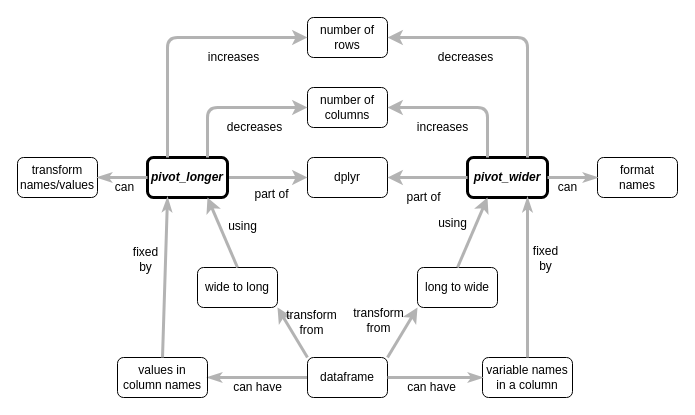
rstudio/concept-maps keeps this draw.io diagram as en/pivoting.drawio. Above is the earlier version. Source tidied: cells renumbered, new cells numbered last; positions are measured from the earlier drawing's top-left corner, leaving out a move shared by most shapes. Both pictures are drawn from the tidied source at 100%, with x=0, y=0 at pixel (17, 17).
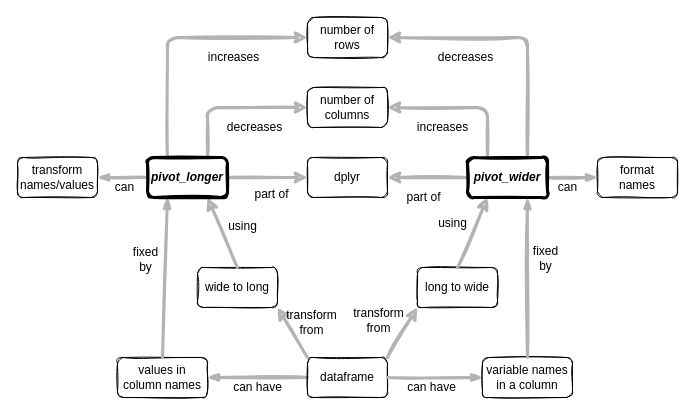
Above is the later version.

The edit, as a diff of the source:
```diff
@@
-    <mxCell id="2" value="can have" style="edgeStyle=none;rounded=1;html=1;labelBackgroundColor=none;startArrow=none;startFill=0;startSize=5;endArrow=classicThin;endFill=1;endSize=5;jettySize=auto;strokeColor=#B3B3B3;strokeWidth=3;fontFamily=Helvetica;fontSize=12;verticalAlign=middle;entryX=1;entryY=0.5;entryDx=0;entryDy=0;exitX=0;exitY=0.5;exitDx=0;exitDy=0;" parent="1" edge="1" source="3" target="6">
+    <mxCell id="2" value="can have" style="edgeStyle=none;rounded=1;html=1;labelBackgroundColor=none;startArrow=none;startFill=0;startSize=5;endArrow=classicThin;endFill=1;endSize=5;jettySize=auto;strokeColor=#B3B3B3;strokeWidth=3;fontFamily=Helvetica;fontSize=12;verticalAlign=middle;entryX=1;entryY=0.5;entryDx=0;entryDy=0;exitX=0;exitY=0.5;exitDx=0;exitDy=0;sketch=1;" parent="1" edge="1" source="3" target="6">
       <mxGeometry y="10" relative="1" as="geometry" />
     </mxCell>
-    <mxCell id="3" value="dataframe" style="rounded=1;whiteSpace=wrap;html=1;fontSize=12;fontFamily=Helvetica;fillColor=none;" parent="1" vertex="1">
+    <mxCell id="3" value="dataframe" style="rounded=1;whiteSpace=wrap;html=1;fontSize=12;fontFamily=Helvetica;fillColor=none;sketch=1;labelBackgroundColor=none;" parent="1" vertex="1">
       <mxGeometry x="290" y="340" width="80" height="40" as="geometry" />
     </mxCell>
-    <mxCell id="4" value="dplyr" style="rounded=1;whiteSpace=wrap;html=1;fontSize=12;fontFamily=Helvetica;fillColor=none;" parent="1" vertex="1">
+    <mxCell id="4" value="dplyr" style="rounded=1;whiteSpace=wrap;html=1;fontSize=12;fontFamily=Helvetica;fillColor=none;sketch=1;labelBackgroundColor=none;" parent="1" vertex="1">
       <mxGeometry x="290" y="140" width="80" height="40" as="geometry" />
     </mxCell>
-    <mxCell id="5" value="part of" style="endArrow=classic;html=1;strokeWidth=3;entryX=0;entryY=0.5;entryDx=0;entryDy=0;strokeColor=#B3B3B3;exitX=1;exitY=0.5;exitDx=0;exitDy=0;verticalAlign=middle;fontSize=12;labelBackgroundColor=none;fontFamily=Helvetica;" parent="1" edge="1" source="10" target="4">
+    <mxCell id="5" value="part of" style="endArrow=classic;html=1;strokeWidth=3;entryX=0;entryY=0.5;entryDx=0;entryDy=0;strokeColor=#B3B3B3;exitX=1;exitY=0.5;exitDx=0;exitDy=0;verticalAlign=middle;fontSize=12;labelBackgroundColor=none;fontFamily=Helvetica;sketch=1;" parent="1" edge="1" source="10" target="4">
       <mxGeometry x="0.1" y="-17" relative="1" as="geometry" />
     </mxCell>
-    <mxCell id="6" value="values in&lt;br&gt;column names" style="rounded=1;whiteSpace=wrap;html=1;fontSize=12;fontFamily=Helvetica;fillColor=none;" parent="1" vertex="1">
+    <mxCell id="6" value="values in&lt;br&gt;column names" style="rounded=1;whiteSpace=wrap;html=1;fontSize=12;fontFamily=Helvetica;fillColor=none;sketch=1;labelBackgroundColor=none;" parent="1" vertex="1">
       <mxGeometry x="100" y="340" width="90" height="40" as="geometry" />
     </mxCell>
-    <mxCell id="7" value="variable names&lt;br&gt;in a column" style="rounded=1;whiteSpace=wrap;html=1;fontSize=12;fontFamily=Helvetica;fillColor=none;" parent="1" vertex="1">
+    <mxCell id="7" value="variable names&lt;br&gt;in a column" style="rounded=1;whiteSpace=wrap;html=1;fontSize=12;fontFamily=Helvetica;fillColor=none;sketch=1;labelBackgroundColor=none;" parent="1" vertex="1">
       <mxGeometry x="465" y="340" width="90" height="40" as="geometry" />
     </mxCell>
-    <mxCell id="8" value="wide to long" style="rounded=1;whiteSpace=wrap;html=1;fontSize=12;fontFamily=Helvetica;fillColor=none;" parent="1" vertex="1">
+    <mxCell id="8" value="wide to long" style="rounded=1;whiteSpace=wrap;html=1;fontSize=12;fontFamily=Helvetica;fillColor=none;sketch=1;labelBackgroundColor=none;" parent="1" vertex="1">
       <mxGeometry x="180" y="250" width="80" height="40" as="geometry" />
     </mxCell>
-    <mxCell id="9" value="long to wide" style="rounded=1;whiteSpace=wrap;html=1;fontSize=12;fontFamily=Helvetica;fillColor=none;" parent="1" vertex="1">
+    <mxCell id="9" value="long to wide" style="rounded=1;whiteSpace=wrap;html=1;fontSize=12;fontFamily=Helvetica;fillColor=none;sketch=1;labelBackgroundColor=none;" parent="1" vertex="1">
       <mxGeometry x="400" y="250" width="80" height="40" as="geometry" />
     </mxCell>
-    <mxCell id="10" value="pivot_longer" style="rounded=1;whiteSpace=wrap;html=1;fontSize=12;fontFamily=Helvetica;fillColor=none;fontStyle=3;strokeWidth=3;" parent="1" vertex="1">
-      <mxGeometry x="130" y="140" width="80" height="40" as="geometry" />
-    </mxCell>
-    <mxCell id="11" value="pivot_wider" style="rounded=1;whiteSpace=wrap;html=1;fontSize=12;fontFamily=Helvetica;fillColor=none;fontStyle=3;strokeWidth=3;" parent="1" vertex="1">
-      <mxGeometry x="450" y="140" width="80" height="40" as="geometry" />
-    </mxCell>
-    <mxCell id="12" value="part of" style="endArrow=classic;html=1;strokeWidth=3;entryX=1;entryY=0.5;entryDx=0;entryDy=0;strokeColor=#B3B3B3;exitX=0;exitY=0.5;exitDx=0;exitDy=0;verticalAlign=middle;fontSize=12;labelBackgroundColor=none;fontFamily=Helvetica;" parent="1" edge="1" source="11" target="4">
+    <mxCell id="12" value="part of" style="endArrow=classic;html=1;strokeWidth=3;entryX=1;entryY=0.5;entryDx=0;entryDy=0;strokeColor=#B3B3B3;exitX=0;exitY=0.5;exitDx=0;exitDy=0;verticalAlign=middle;fontSize=12;labelBackgroundColor=none;fontFamily=Helvetica;sketch=1;" parent="1" edge="1" source="11" target="4">
       <mxGeometry x="0.09" y="20" relative="1" as="geometry" />
     </mxCell>
-    <mxCell id="13" value="number of columns" style="rounded=1;whiteSpace=wrap;html=1;fontSize=12;fontFamily=Helvetica;fillColor=none;" parent="1" vertex="1">
+    <mxCell id="13" value="number of columns" style="rounded=1;whiteSpace=wrap;html=1;fontSize=12;fontFamily=Helvetica;fillColor=none;sketch=1;labelBackgroundColor=none;" parent="1" vertex="1">
       <mxGeometry x="290" y="70" width="80" height="40" as="geometry" />
     </mxCell>
-    <mxCell id="14" value="number of rows" style="rounded=1;whiteSpace=wrap;html=1;fontSize=12;fontFamily=Helvetica;fillColor=none;" parent="1" vertex="1">
+    <mxCell id="14" value="number of rows" style="rounded=1;whiteSpace=wrap;html=1;fontSize=12;fontFamily=Helvetica;fillColor=none;sketch=1;labelBackgroundColor=none;" parent="1" vertex="1">
       <mxGeometry x="290" width="80" height="40" as="geometry" />
     </mxCell>
-    <mxCell id="15" value="transform&lt;br&gt;names/values" style="rounded=1;whiteSpace=wrap;html=1;fontSize=12;fontFamily=Helvetica;fillColor=none;" parent="1" vertex="1">
+    <mxCell id="15" value="transform&lt;br&gt;names/values" style="rounded=1;whiteSpace=wrap;html=1;fontSize=12;fontFamily=Helvetica;fillColor=none;sketch=1;labelBackgroundColor=none;" parent="1" vertex="1">
       <mxGeometry y="140" width="80" height="40" as="geometry" />
     </mxCell>
-    <mxCell id="16" value="increases" style="endArrow=classic;html=1;strokeWidth=3;entryX=0;entryY=0.5;entryDx=0;entryDy=0;strokeColor=#B3B3B3;exitX=0.25;exitY=0;exitDx=0;exitDy=0;verticalAlign=middle;fontSize=12;labelBackgroundColor=none;fontFamily=Helvetica;" parent="1" edge="1" source="10" target="14">
+    <mxCell id="16" value="increases" style="endArrow=classic;html=1;strokeWidth=3;entryX=0;entryY=0.5;entryDx=0;entryDy=0;strokeColor=#B3B3B3;exitX=0.25;exitY=0;exitDx=0;exitDy=0;verticalAlign=middle;fontSize=12;labelBackgroundColor=none;fontFamily=Helvetica;sketch=1;" parent="1" edge="1" source="10" target="14">
       <mxGeometry x="0.43" y="-20" relative="1" as="geometry">
         <Array as="points">
           <mxPoint x="150" y="20" />
         </Array>
       </mxGeometry>
     </mxCell>
-    <mxCell id="17" value="decreases" style="endArrow=classic;html=1;strokeWidth=3;entryX=0;entryY=0.5;entryDx=0;entryDy=0;strokeColor=#B3B3B3;exitX=0.75;exitY=0;exitDx=0;exitDy=0;verticalAlign=middle;fontSize=12;labelBackgroundColor=none;fontFamily=Helvetica;" parent="1" edge="1" source="10" target="13">
+    <mxCell id="17" value="decreases" style="endArrow=classic;html=1;strokeWidth=3;entryX=0;entryY=0.5;entryDx=0;entryDy=0;strokeColor=#B3B3B3;exitX=0.75;exitY=0;exitDx=0;exitDy=0;verticalAlign=middle;fontSize=12;labelBackgroundColor=none;fontFamily=Helvetica;sketch=1;" parent="1" edge="1" source="10" target="13">
       <mxGeometry x="0.29" y="-20" relative="1" as="geometry">
         <Array as="points">
           <mxPoint x="190" y="90" />
         </Array>
       </mxGeometry>
     </mxCell>
-    <mxCell id="18" value="increases" style="endArrow=classic;html=1;strokeWidth=3;entryX=1;entryY=0.5;entryDx=0;entryDy=0;strokeColor=#B3B3B3;exitX=0.25;exitY=0;exitDx=0;exitDy=0;verticalAlign=middle;fontSize=12;labelBackgroundColor=none;fontFamily=Helvetica;" parent="1" edge="1" source="11" target="13">
+    <mxCell id="18" value="increases" style="endArrow=classic;html=1;strokeWidth=3;entryX=1;entryY=0.5;entryDx=0;entryDy=0;strokeColor=#B3B3B3;exitX=0.25;exitY=0;exitDx=0;exitDy=0;verticalAlign=middle;fontSize=12;labelBackgroundColor=none;fontFamily=Helvetica;sketch=1;" parent="1" edge="1" source="11" target="13">
       <mxGeometry x="0.26" y="20" relative="1" as="geometry">
         <Array as="points">
           <mxPoint x="470" y="90" />
         </Array>
       </mxGeometry>
     </mxCell>
-    <mxCell id="19" value="decreases" style="endArrow=classic;html=1;strokeWidth=3;entryX=1;entryY=0.5;entryDx=0;entryDy=0;strokeColor=#B3B3B3;exitX=0.75;exitY=0;exitDx=0;exitDy=0;verticalAlign=middle;fontSize=12;labelBackgroundColor=none;fontFamily=Helvetica;" parent="1" edge="1" source="11" target="14">
+    <mxCell id="19" value="decreases" style="endArrow=classic;html=1;strokeWidth=3;entryX=1;entryY=0.5;entryDx=0;entryDy=0;strokeColor=#B3B3B3;exitX=0.75;exitY=0;exitDx=0;exitDy=0;verticalAlign=middle;fontSize=12;labelBackgroundColor=none;fontFamily=Helvetica;sketch=1;" parent="1" edge="1" source="11" target="14">
       <mxGeometry x="0.4" y="20" relative="1" as="geometry">
         <Array as="points">
           <mxPoint x="510" y="20" />
         </Array>
       </mxGeometry>
     </mxCell>
-    <mxCell id="20" value="format&lt;br&gt;names" style="rounded=1;whiteSpace=wrap;html=1;fontSize=12;fontFamily=Helvetica;fillColor=none;" parent="1" vertex="1">
+    <mxCell id="20" value="format&lt;br&gt;names" style="rounded=1;whiteSpace=wrap;html=1;fontSize=12;fontFamily=Helvetica;fillColor=none;sketch=1;labelBackgroundColor=none;" parent="1" vertex="1">
       <mxGeometry x="580" y="140" width="80" height="40" as="geometry" />
     </mxCell>
-    <mxCell id="21" value="can have" style="edgeStyle=none;rounded=1;html=1;labelBackgroundColor=none;startArrow=none;startFill=0;startSize=5;endArrow=classicThin;endFill=1;endSize=5;jettySize=auto;strokeColor=#B3B3B3;strokeWidth=3;fontFamily=Helvetica;fontSize=12;verticalAlign=middle;entryX=0;entryY=0.5;entryDx=0;entryDy=0;exitX=1;exitY=0.5;exitDx=0;exitDy=0;" parent="1" edge="1" source="3" target="7">
+    <mxCell id="21" value="can have" style="edgeStyle=none;rounded=1;html=1;labelBackgroundColor=none;startArrow=none;startFill=0;startSize=5;endArrow=classicThin;endFill=1;endSize=5;jettySize=auto;strokeColor=#B3B3B3;strokeWidth=3;fontFamily=Helvetica;fontSize=12;verticalAlign=middle;entryX=0;entryY=0.5;entryDx=0;entryDy=0;exitX=1;exitY=0.5;exitDx=0;exitDy=0;sketch=1;" parent="1" edge="1" source="3" target="7">
       <mxGeometry x="-0.08" y="-10" relative="1" as="geometry" />
     </mxCell>
-    <mxCell id="22" value="transform&lt;br&gt;from" style="endArrow=classic;html=1;strokeWidth=3;entryX=1;entryY=1;entryDx=0;entryDy=0;strokeColor=#B3B3B3;exitX=0;exitY=0;exitDx=0;exitDy=0;verticalAlign=middle;fontSize=12;labelBackgroundColor=none;fontFamily=Helvetica;" parent="1" edge="1" source="3" target="8">
+    <mxCell id="22" value="transform&lt;br&gt;from" style="endArrow=classic;html=1;strokeWidth=3;entryX=1;entryY=1;entryDx=0;entryDy=0;strokeColor=#B3B3B3;exitX=0;exitY=0;exitDx=0;exitDy=0;verticalAlign=middle;fontSize=12;labelBackgroundColor=none;fontFamily=Helvetica;sketch=1;" parent="1" edge="1" source="3" target="8">
       <mxGeometry x="-0.05" y="-21" relative="1" as="geometry" />
     </mxCell>
-    <mxCell id="23" value="transform&lt;br&gt;from" style="endArrow=classic;html=1;strokeWidth=3;entryX=0;entryY=1;entryDx=0;entryDy=0;strokeColor=#B3B3B3;exitX=1;exitY=0;exitDx=0;exitDy=0;verticalAlign=middle;fontSize=12;labelBackgroundColor=none;fontFamily=Helvetica;" parent="1" edge="1" source="3" target="9">
+    <mxCell id="23" value="transform&lt;br&gt;from" style="endArrow=classic;html=1;strokeWidth=3;entryX=0;entryY=1;entryDx=0;entryDy=0;strokeColor=#B3B3B3;exitX=1;exitY=0;exitDx=0;exitDy=0;verticalAlign=middle;fontSize=12;labelBackgroundColor=none;fontFamily=Helvetica;sketch=1;" parent="1" edge="1" source="3" target="9">
       <mxGeometry x="-0.1" y="26" relative="1" as="geometry">
         <mxPoint y="-1" as="offset" />
       </mxGeometry>
     </mxCell>
-    <mxCell id="24" value="fixed&lt;br&gt;by" style="edgeStyle=none;rounded=1;html=1;labelBackgroundColor=none;startArrow=none;startFill=0;startSize=5;endArrow=classicThin;endFill=1;endSize=5;jettySize=auto;strokeColor=#B3B3B3;strokeWidth=3;fontFamily=Helvetica;fontSize=12;verticalAlign=middle;entryX=0.25;entryY=1;entryDx=0;entryDy=0;exitX=0.5;exitY=0;exitDx=0;exitDy=0;" parent="1" edge="1" source="6" target="10">
+    <mxCell id="24" value="fixed&lt;br&gt;by" style="edgeStyle=none;rounded=1;html=1;labelBackgroundColor=none;startArrow=none;startFill=0;startSize=5;endArrow=classicThin;endFill=1;endSize=5;jettySize=auto;strokeColor=#B3B3B3;strokeWidth=3;fontFamily=Helvetica;fontSize=12;verticalAlign=middle;entryX=0.25;entryY=1;entryDx=0;entryDy=0;exitX=0.5;exitY=0;exitDx=0;exitDy=0;sketch=1;" parent="1" edge="1" source="6" target="10">
       <mxGeometry x="0.21" y="20" relative="1" as="geometry" />
     </mxCell>
-    <mxCell id="25" value="fixed&lt;br&gt;by" style="edgeStyle=none;rounded=1;html=1;labelBackgroundColor=none;startArrow=none;startFill=0;startSize=5;endArrow=classicThin;endFill=1;endSize=5;jettySize=auto;strokeColor=#B3B3B3;strokeWidth=3;fontFamily=Helvetica;fontSize=12;verticalAlign=middle;entryX=0.75;entryY=1;entryDx=0;entryDy=0;exitX=0.5;exitY=0;exitDx=0;exitDy=0;" parent="1" edge="1" source="7" target="11">
+    <mxCell id="25" value="fixed&lt;br&gt;by" style="edgeStyle=none;rounded=1;html=1;labelBackgroundColor=none;startArrow=none;startFill=0;startSize=5;endArrow=classicThin;endFill=1;endSize=5;jettySize=auto;strokeColor=#B3B3B3;strokeWidth=3;fontFamily=Helvetica;fontSize=12;verticalAlign=middle;entryX=0.75;entryY=1;entryDx=0;entryDy=0;exitX=0.5;exitY=0;exitDx=0;exitDy=0;sketch=1;" parent="1" edge="1" source="7" target="11">
       <mxGeometry x="0.24" y="-18" relative="1" as="geometry" />
     </mxCell>
-    <mxCell id="26" value="using" style="endArrow=classic;html=1;strokeWidth=3;entryX=0.75;entryY=1;entryDx=0;entryDy=0;strokeColor=#B3B3B3;exitX=0.5;exitY=0;exitDx=0;exitDy=0;verticalAlign=middle;fontSize=12;labelBackgroundColor=none;fontFamily=Helvetica;" parent="1" edge="1" source="8" target="10">
+    <mxCell id="26" value="using" style="endArrow=classic;html=1;strokeWidth=3;entryX=0.75;entryY=1;entryDx=0;entryDy=0;strokeColor=#B3B3B3;exitX=0.5;exitY=0;exitDx=0;exitDy=0;verticalAlign=middle;fontSize=12;labelBackgroundColor=none;fontFamily=Helvetica;sketch=1;" parent="1" edge="1" source="8" target="10">
       <mxGeometry x="-0.05" y="-21" relative="1" as="geometry" />
     </mxCell>
-    <mxCell id="27" value="using" style="endArrow=classic;html=1;strokeWidth=3;entryX=0.25;entryY=1;entryDx=0;entryDy=0;strokeColor=#B3B3B3;exitX=0.5;exitY=0;exitDx=0;exitDy=0;verticalAlign=middle;fontSize=12;labelBackgroundColor=none;fontFamily=Helvetica;" parent="1" edge="1" source="9" target="11">
+    <mxCell id="27" value="using" style="endArrow=classic;html=1;strokeWidth=3;entryX=0.25;entryY=1;entryDx=0;entryDy=0;strokeColor=#B3B3B3;exitX=0.5;exitY=0;exitDx=0;exitDy=0;verticalAlign=middle;fontSize=12;labelBackgroundColor=none;fontFamily=Helvetica;sketch=1;" parent="1" edge="1" source="9" target="11">
       <mxGeometry y="22" relative="1" as="geometry" />
     </mxCell>
-    <mxCell id="28" value="can" style="edgeStyle=none;rounded=1;html=1;labelBackgroundColor=none;startArrow=none;startFill=0;startSize=5;endArrow=classicThin;endFill=1;endSize=5;jettySize=auto;strokeColor=#B3B3B3;strokeWidth=3;fontFamily=Helvetica;fontSize=12;verticalAlign=middle;entryX=1;entryY=0.5;entryDx=0;entryDy=0;exitX=0;exitY=0.5;exitDx=0;exitDy=0;" parent="1" edge="1" source="10" target="15">
+    <mxCell id="28" value="can" style="edgeStyle=none;rounded=1;html=1;labelBackgroundColor=none;startArrow=none;startFill=0;startSize=5;endArrow=classicThin;endFill=1;endSize=5;jettySize=auto;strokeColor=#B3B3B3;strokeWidth=3;fontFamily=Helvetica;fontSize=12;verticalAlign=middle;entryX=1;entryY=0.5;entryDx=0;entryDy=0;exitX=0;exitY=0.5;exitDx=0;exitDy=0;sketch=1;" parent="1" edge="1" source="10" target="15">
       <mxGeometry x="-0.09" y="10" relative="1" as="geometry" />
     </mxCell>
-    <mxCell id="29" value="can" style="edgeStyle=none;rounded=1;html=1;labelBackgroundColor=none;startArrow=none;startFill=0;startSize=5;endArrow=classicThin;endFill=1;endSize=5;jettySize=auto;strokeColor=#B3B3B3;strokeWidth=3;fontFamily=Helvetica;fontSize=12;verticalAlign=middle;exitX=1;exitY=0.5;exitDx=0;exitDy=0;entryX=0;entryY=0.5;entryDx=0;entryDy=0;" parent="1" edge="1" source="11" target="20">
+    <mxCell id="29" value="can" style="edgeStyle=none;rounded=1;html=1;labelBackgroundColor=none;startArrow=none;startFill=0;startSize=5;endArrow=classicThin;endFill=1;endSize=5;jettySize=auto;strokeColor=#B3B3B3;strokeWidth=3;fontFamily=Helvetica;fontSize=12;verticalAlign=middle;exitX=1;exitY=0.5;exitDx=0;exitDy=0;entryX=0;entryY=0.5;entryDx=0;entryDy=0;sketch=1;" parent="1" edge="1" source="11" target="20">
       <mxGeometry x="-0.2" y="-10" relative="1" as="geometry" />
     </mxCell>
+    <mxCell id="10" value="pivot_longer" style="rounded=1;whiteSpace=wrap;html=1;fontSize=12;fontFamily=Helvetica;fillColor=none;fontStyle=3;strokeWidth=3;sketch=1;labelBackgroundColor=none;" parent="1" vertex="1">
+      <mxGeometry x="130" y="140" width="80" height="40" as="geometry" />
+    </mxCell>
+    <mxCell id="11" value="pivot_wider" style="rounded=1;whiteSpace=wrap;html=1;fontSize=12;fontFamily=Helvetica;fillColor=none;fontStyle=3;strokeWidth=3;sketch=1;labelBackgroundColor=none;" parent="1" vertex="1">
+      <mxGeometry x="450" y="140" width="80" height="40" as="geometry" />
+    </mxCell>
```
